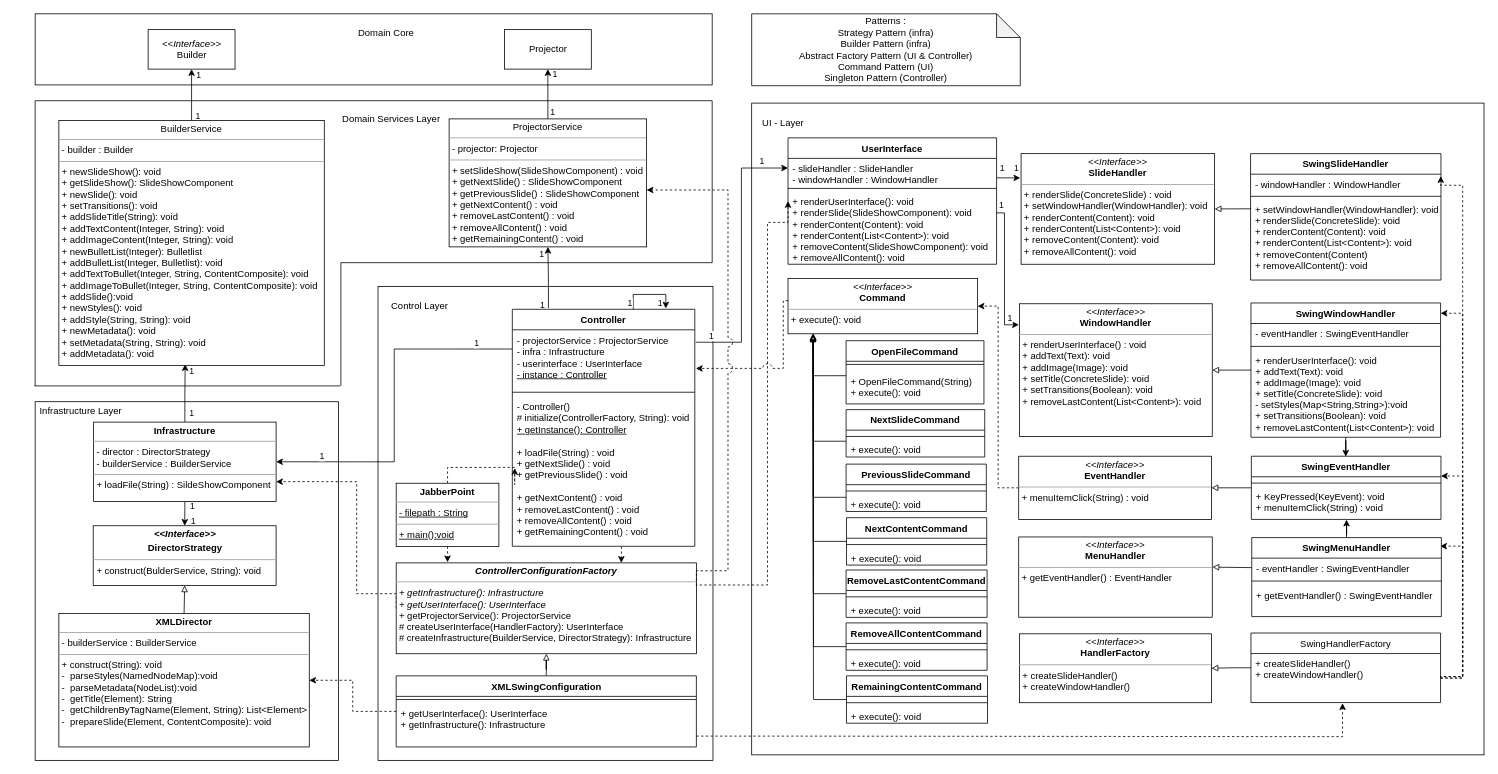
Before: Diagrams/NewDesign/Design with feature/LayersDesignFeatureRequest.drawio in maartendekker1998/OU_jabberpoint, a draw.io diagram. Source tidied: cells renumbered, new cells numbered last; positions are measured from the earlier drawing's top-left corner, leaving out a move shared by most shapes. Both pictures are drawn from the tidied source at 79%, with x=0, y=0 at pixel (13, 13).
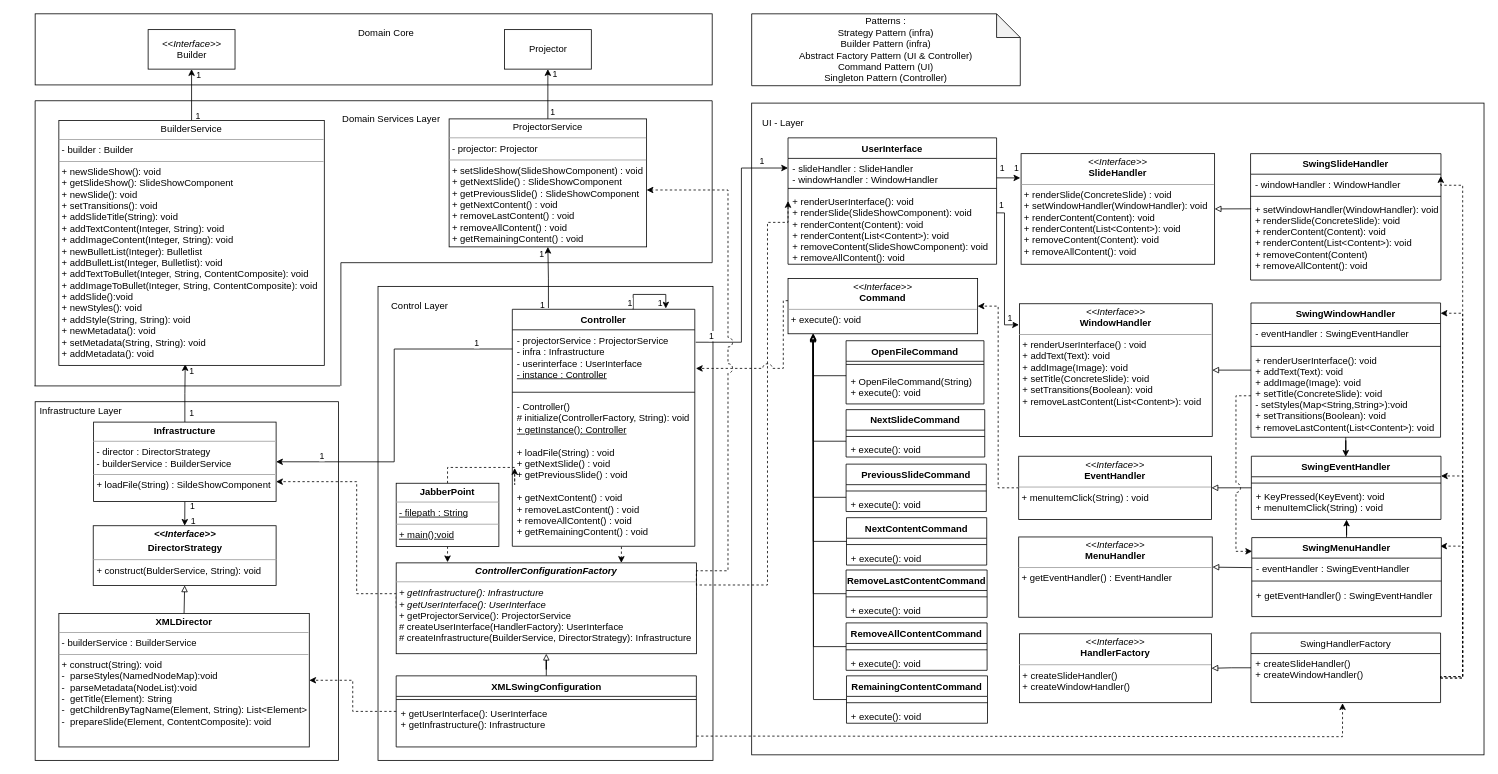
Above is the later version.

Unchanged cells that the change refers to:
```xml
<mxCell id="105" value="SwingMenuHandler" style="swimlane;fontStyle=1;align=center;verticalAlign=top;horizontal=1;startSize=26;" parent="1" vertex="1">
  <mxGeometry x="1567" y="663" width="240" height="100" as="geometry" />
</mxCell>
```

The edit, as a diff of the source:
```diff
@@
+    <mxCell id="150" style="edgeStyle=orthogonalEdgeStyle;rounded=0;jettySize=auto;html=1;entryX=0.002;entryY=0.174;entryDx=0;entryDy=0;exitX=0;exitY=0.5;exitDx=0;exitDy=0;dashed=1;jumpStyle=arc;jumpSize=12;entryPerimeter=0;" parent="1" edge="1" target="105">
+      <mxGeometry relative="1" as="geometry">
+        <mxPoint x="1566" y="483.5" as="sourcePoint" />
+        <Array as="points">
+          <mxPoint x="1547" y="484" />
+          <mxPoint x="1547" y="680" />
+          <mxPoint x="1568" y="680" />
+        </Array>
+      </mxGeometry>
+    </mxCell>
```
